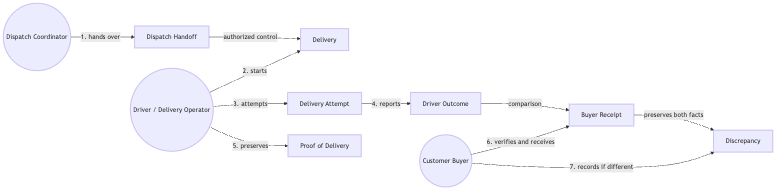
Before: report/assets/chapter-2/domain-storytelling/domain-story-04.png, a diagram exported from Mermaid (nexa-suite/mobile-report). Its source is kept beside it as report/assets/chapter-2/domain-storytelling/domain-story-04.mmd. Source of this version:
```mermaid
flowchart LR
  dispatch((Dispatch Coordinator)) -->|1. hands over| handoff[Dispatch Handoff]
  driver((Driver / Delivery Operator)) -->|2. starts| delivery[Delivery]
  handoff -->|authorized control| delivery
  driver -->|3. attempts| attempt[Delivery Attempt]
  attempt -->|4. reports| outcome[Driver Outcome]
  driver -->|5. preserves| pod[Proof of Delivery]
  buyer((Customer Buyer)) -->|6. verifies and receives| receipt[Buyer Receipt]
  outcome -->|comparison| receipt
  buyer -->|7. records if different| discrepancy[Discrepancy]
  receipt -->|preserves both facts| discrepancy
```
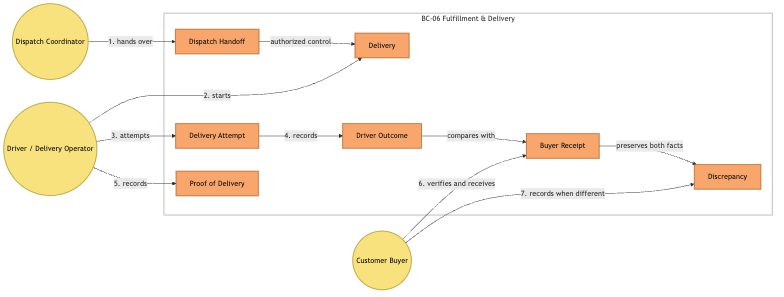
The same diagram one commit later.

What changed in the source:
```diff
@@ -1,11 +1,30 @@
 flowchart LR
-  dispatch((Dispatch Coordinator)) -->|1. hands over| handoff[Dispatch Handoff]
-  driver((Driver / Delivery Operator)) -->|2. starts| delivery[Delivery]
+  classDef actor fill:#F7E27D,stroke:#9A7B00,stroke-width:1.3px,color:#111
+  classDef work fill:#F9A66C,stroke:#A84A00,stroke-width:1.4px,color:#111
+
+  dispatch((Dispatch Coordinator)):::actor
+  driver((Driver / Delivery Operator)):::actor
+  buyer((Customer Buyer)):::actor
+
+  subgraph bc06["BC-06 Fulfillment & Delivery"]
+    handoff["Dispatch Handoff"]:::work
+    delivery["Delivery"]:::work
+    attempt["Delivery Attempt"]:::work
+    outcome["Driver Outcome"]:::work
+    pod["Proof of Delivery"]:::work
+    receipt["Buyer Receipt"]:::work
+    discrepancy["Discrepancy"]:::work
+  end
+
+  dispatch -->|1. hands over| handoff
+  driver -->|2. starts| delivery
   handoff -->|authorized control| delivery
-  driver -->|3. attempts| attempt[Delivery Attempt]
-  attempt -->|4. reports| outcome[Driver Outcome]
-  driver -->|5. preserves| pod[Proof of Delivery]
-  buyer((Customer Buyer)) -->|6. verifies and receives| receipt[Buyer Receipt]
-  outcome -->|comparison| receipt
-  buyer -->|7. records if different| discrepancy[Discrepancy]
+  driver -->|3. attempts| attempt
+  attempt -->|4. records| outcome
+  driver -->|5. records| pod
+  buyer -->|6. verifies and receives| receipt
+  outcome -->|compares with| receipt
+  buyer -->|7. records when different| discrepancy
   receipt -->|preserves both facts| discrepancy
+
+  style bc06 fill:none,stroke:#6B7280,stroke-width:1px
```
